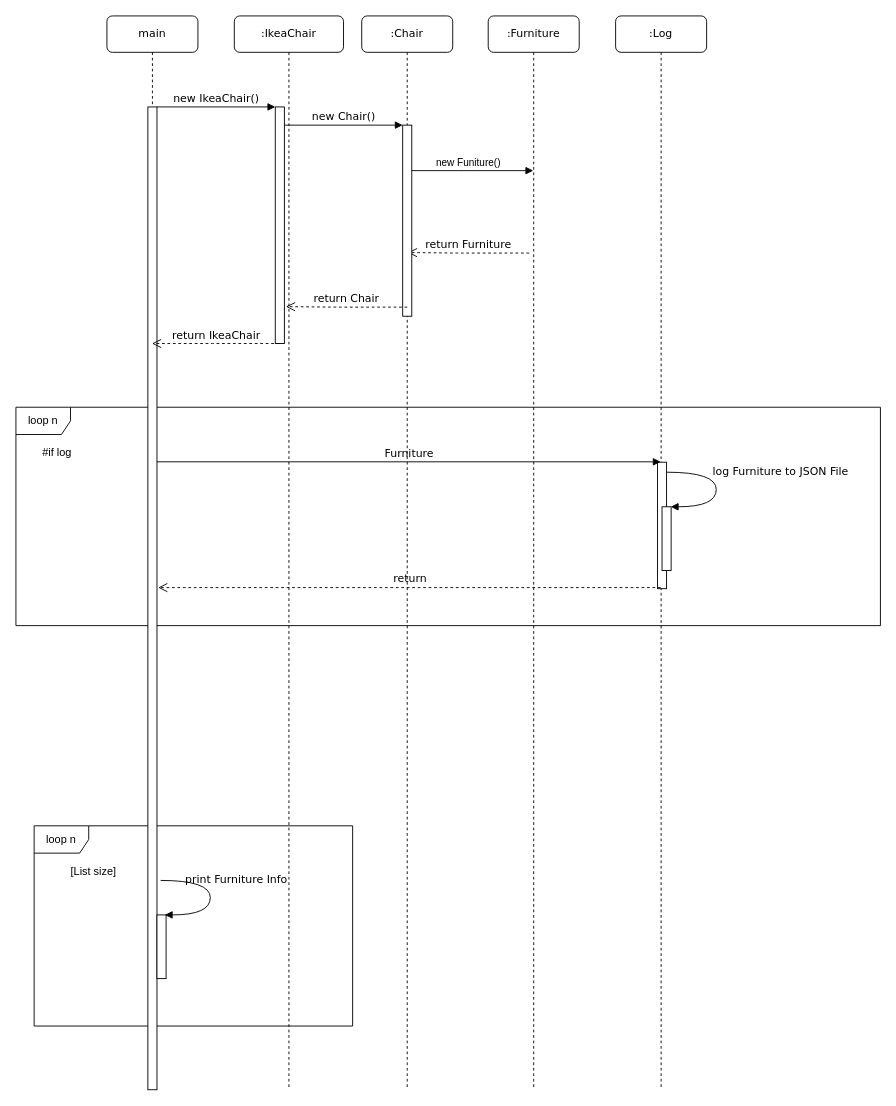
Above: Sequence_wExra.drawio in TollenYT/M226B (draw.io), before the change. Source tidied: cells renumbered, new cells numbered last; positions are measured from the earlier drawing's top-left corner, leaving out a move shared by most shapes. Both pictures are drawn from the tidied source at 91%, with x=0, y=0 at pixel (15, 15).
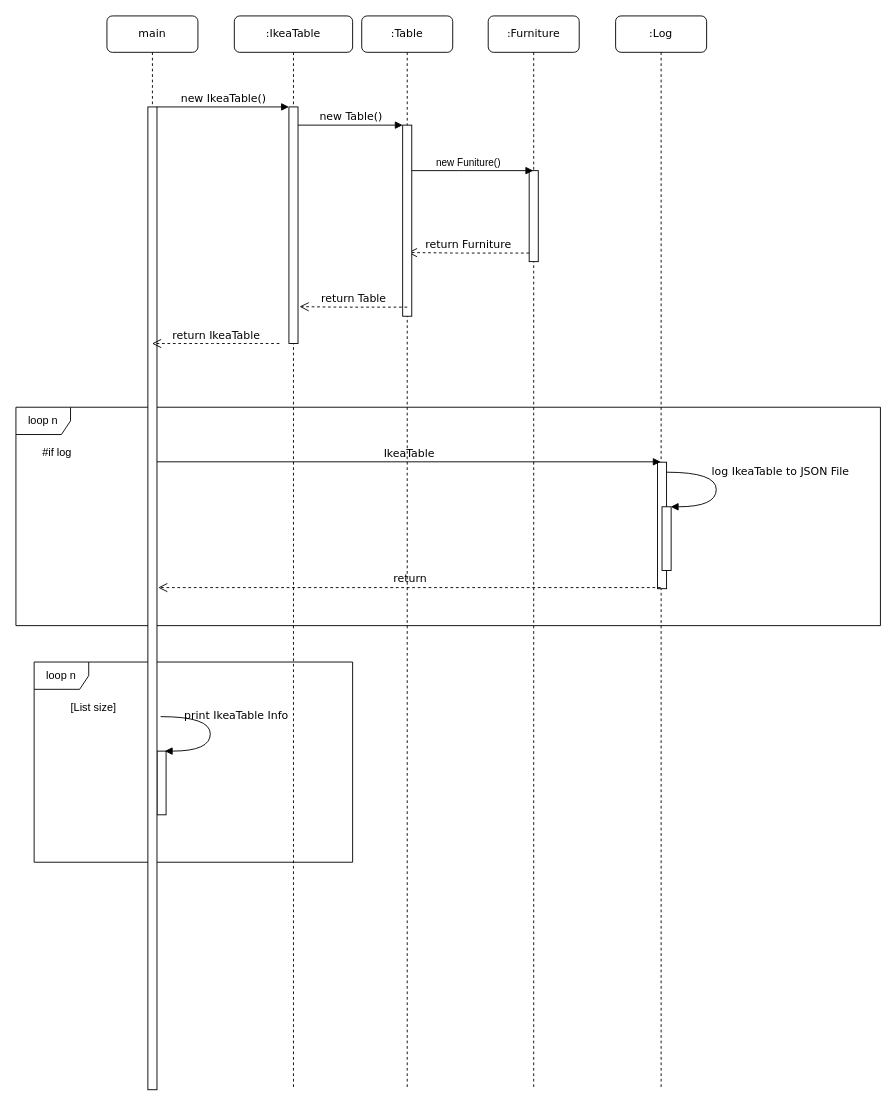
After the change.

Unchanged cells that the change refers to:
```xml
<mxCell id="6" value=":Furniture" style="shape=umlLifeline;perimeter=lifelinePerimeter;whiteSpace=wrap;html=1;rounded=1;shadow=0;comic=0;labelBackgroundColor=none;strokeWidth=1;fontFamily=Verdana;fontSize=12;align=center;" parent="1" vertex="1">
  <mxGeometry x="519" width="100" height="1180" as="geometry" />
</mxCell>
<mxCell id="8" value="main" style="shape=umlLifeline;perimeter=lifelinePerimeter;whiteSpace=wrap;html=1;rounded=1;shadow=0;comic=0;labelBackgroundColor=none;strokeWidth=1;fontFamily=Verdana;fontSize=12;align=center;" parent="1" vertex="1">
  <mxGeometry x="100" width="100" height="1180" as="geometry" />
</mxCell>
<mxCell id="25" style="html=1;points=[];perimeter=orthogonalPerimeter;rounded=0;shadow=0;comic=0;labelBackgroundColor=none;strokeWidth=1;fontFamily=Verdana;fontSize=12;align=center;" parent="1" vertex="1">
  <mxGeometry x="425" y="120" width="10" height="210" as="geometry" />
</mxCell>
```

What changed in the source:
```diff
@@
-    <mxCell id="2" value="loop n" style="shape=umlFrame;whiteSpace=wrap;html=1;" parent="1" vertex="1">
-      <mxGeometry x="20" y="890" width="350" height="220" as="geometry" />
-    </mxCell>
-    <mxCell id="3" value=":Chair" style="shape=umlLifeline;perimeter=lifelinePerimeter;whiteSpace=wrap;html=1;rounded=1;shadow=0;comic=0;labelBackgroundColor=none;strokeWidth=1;fontFamily=Verdana;fontSize=12;align=center;" parent="1" vertex="1">
+    <mxCell id="3" value=":Table" style="shape=umlLifeline;perimeter=lifelinePerimeter;whiteSpace=wrap;html=1;rounded=1;shadow=0;comic=0;labelBackgroundColor=none;strokeWidth=1;fontFamily=Verdana;fontSize=12;align=center;" parent="1" vertex="1">
       <mxGeometry x="380" width="100" height="1180" as="geometry" />
     </mxCell>
@@
-    <mxCell id="5" value=":IkeaChair" style="shape=umlLifeline;perimeter=lifelinePerimeter;whiteSpace=wrap;html=1;rounded=1;shadow=0;comic=0;labelBackgroundColor=none;strokeWidth=1;fontFamily=Verdana;fontSize=12;align=center;" parent="1" vertex="1">
-      <mxGeometry x="240" width="120" height="1180" as="geometry" />
+    <mxCell id="5" value=":IkeaTable" style="shape=umlLifeline;perimeter=lifelinePerimeter;whiteSpace=wrap;html=1;rounded=1;shadow=0;comic=0;labelBackgroundColor=none;strokeWidth=1;fontFamily=Verdana;fontSize=12;align=center;" parent="1" vertex="1">
+      <mxGeometry x="240" width="130" height="1180" as="geometry" />
     </mxCell>
+    <mxCell id="2" value="loop n" style="shape=umlFrame;whiteSpace=wrap;html=1;" parent="5" vertex="1">
+      <mxGeometry x="-220" y="710" width="350" height="220" as="geometry" />
+    </mxCell>
+    <mxCell id="10" style="html=1;perimeter=orthogonalPerimeter;rounded=0;shadow=0;comic=0;labelBackgroundColor=none;strokeWidth=1;fontFamily=Verdana;fontSize=12;align=center;" parent="5" vertex="1">
+      <mxGeometry x="-85" y="807.9" width="10" height="70" as="geometry" />
+    </mxCell>
+    <mxCell id="11" value="print IkeaTable Info" style="html=1;verticalAlign=bottom;endArrow=block;labelBackgroundColor=none;fontFamily=Verdana;fontSize=12;elbow=vertical;edgeStyle=orthogonalEdgeStyle;curved=1;entryX=1;entryY=0.286;entryPerimeter=0;exitX=1.038;exitY=0.345;exitPerimeter=0;" parent="5" edge="1">
+      <mxGeometry x="-0.23" y="-29" relative="1" as="geometry">
+        <mxPoint x="-81" y="770" as="sourcePoint" />
+        <mxPoint x="-76.4" y="807.9" as="targetPoint" />
+        <Array as="points">
+          <mxPoint x="-26.4" y="769.9" />
+          <mxPoint x="-26.4" y="807.9" />
+        </Array>
+        <mxPoint x="57" y="8" as="offset" />
+      </mxGeometry>
+    </mxCell>
+    <mxCell id="17" value="[List size]" style="text;html=1;align=center;verticalAlign=middle;strokeColor=none;fillColor=none;" parent="5" vertex="1">
+      <mxGeometry x="-190" y="750" width="70" height="20" as="geometry" />
+    </mxCell>
+    <mxCell id="19" style="html=1;points=[];perimeter=orthogonalPerimeter;rounded=0;shadow=0;comic=0;labelBackgroundColor=none;strokeWidth=1;fontFamily=Verdana;fontSize=12;align=center;" parent="5" vertex="1">
+      <mxGeometry x="60" y="100" width="10" height="260" as="geometry" />
+    </mxCell>
@@
+    <mxCell id="27" style="html=1;perimeter=orthogonalPerimeter;rounded=0;shadow=0;comic=0;labelBackgroundColor=none;strokeWidth=1;fontFamily=Verdana;fontSize=12;align=center;" parent="6" vertex="1">
+      <mxGeometry x="45" y="170" width="10" height="100" as="geometry" />
+    </mxCell>
@@
-    <mxCell id="10" style="html=1;perimeter=orthogonalPerimeter;rounded=0;shadow=0;comic=0;labelBackgroundColor=none;strokeWidth=1;fontFamily=Verdana;fontSize=12;align=center;" parent="8" vertex="1">
-      <mxGeometry x="55" y="987.9" width="10" height="70" as="geometry" />
-    </mxCell>
-    <mxCell id="11" value="print Furniture Info" style="html=1;verticalAlign=bottom;endArrow=block;labelBackgroundColor=none;fontFamily=Verdana;fontSize=12;elbow=vertical;edgeStyle=orthogonalEdgeStyle;curved=1;entryX=1;entryY=0.286;entryPerimeter=0;exitX=1.038;exitY=0.345;exitPerimeter=0;" parent="8" edge="1">
-      <mxGeometry x="-0.23" y="-29" relative="1" as="geometry">
-        <mxPoint x="59" y="950" as="sourcePoint" />
-        <mxPoint x="63.6" y="987.9" as="targetPoint" />
-        <Array as="points">
-          <mxPoint x="113.6" y="949.9" />
-          <mxPoint x="113.6" y="987.9" />
-        </Array>
-        <mxPoint x="57" y="8" as="offset" />
-      </mxGeometry>
-    </mxCell>
@@
-    <mxCell id="14" value="Furniture" style="html=1;verticalAlign=bottom;endArrow=block;labelBackgroundColor=none;fontFamily=Verdana;fontSize=12;edgeStyle=elbowEdgeStyle;elbow=vertical;exitX=0.9;exitY=0.365;exitDx=0;exitDy=0;exitPerimeter=0;" parent="1" edge="1">
+    <mxCell id="14" value="IkeaTable" style="html=1;verticalAlign=bottom;endArrow=block;labelBackgroundColor=none;fontFamily=Verdana;fontSize=12;edgeStyle=elbowEdgeStyle;elbow=vertical;exitX=0.9;exitY=0.365;exitDx=0;exitDy=0;exitPerimeter=0;" parent="1" edge="1">
       <mxGeometry relative="1" as="geometry">
         <mxPoint x="155" y="490" as="sourcePoint" />
         <mxPoint x="708.5" y="490.4" as="targetPoint" />
       </mxGeometry>
     </mxCell>
-    <mxCell id="15" value="log Furniture to JSON File" style="html=1;verticalAlign=bottom;endArrow=block;labelBackgroundColor=none;fontFamily=Verdana;fontSize=12;elbow=vertical;edgeStyle=orthogonalEdgeStyle;curved=1;entryX=1;entryY=0.286;entryPerimeter=0;exitX=1.038;exitY=0.345;exitPerimeter=0;" parent="1" edge="1">
+    <mxCell id="15" value="log IkeaTable to JSON File" style="html=1;verticalAlign=bottom;endArrow=block;labelBackgroundColor=none;fontFamily=Verdana;fontSize=12;elbow=vertical;edgeStyle=orthogonalEdgeStyle;curved=1;entryX=1;entryY=0.286;entryPerimeter=0;exitX=1.038;exitY=0.345;exitPerimeter=0;" parent="1" edge="1">
       <mxGeometry x="-0.23" y="-71" relative="1" as="geometry">
         <mxPoint x="715" y="501.4" as="sourcePoint" />
         <mxPoint x="719.6" y="539.4" as="targetPoint" />
         <Array as="points">
           <mxPoint x="769.6" y="501.3" />
           <mxPoint x="769.6" y="539.3" />
         </Array>
         <mxPoint x="141" y="8" as="offset" />
       </mxGeometry>
     </mxCell>
@@
-    <mxCell id="17" value="[List size]" style="text;html=1;align=center;verticalAlign=middle;strokeColor=none;fillColor=none;" parent="1" vertex="1">
-      <mxGeometry x="50" y="930" width="70" height="20" as="geometry" />
-    </mxCell>
@@
-    <mxCell id="19" style="html=1;points=[];perimeter=orthogonalPerimeter;rounded=0;shadow=0;comic=0;labelBackgroundColor=none;strokeWidth=1;fontFamily=Verdana;fontSize=12;align=center;" parent="1" vertex="1">
-      <mxGeometry x="285" y="100" width="10" height="260" as="geometry" />
-    </mxCell>
@@
-    <mxCell id="22" value="new IkeaChair()" style="html=1;verticalAlign=bottom;endArrow=block;entryX=0;entryY=0;labelBackgroundColor=none;fontFamily=Verdana;fontSize=12;edgeStyle=elbowEdgeStyle;elbow=vertical;" parent="1" edge="1" target="19">
+    <mxCell id="22" value="new IkeaTable()" style="html=1;verticalAlign=bottom;endArrow=block;entryX=0;entryY=0;labelBackgroundColor=none;fontFamily=Verdana;fontSize=12;edgeStyle=elbowEdgeStyle;elbow=vertical;" parent="1" edge="1" target="19">
       <mxGeometry relative="1" as="geometry">
         <mxPoint x="155" y="100" as="sourcePoint" />
       </mxGeometry>
     </mxCell>
-    <mxCell id="23" value="new Chair()" style="html=1;verticalAlign=bottom;endArrow=block;entryX=0;entryY=0;labelBackgroundColor=none;fontFamily=Verdana;fontSize=12;edgeStyle=elbowEdgeStyle;elbow=vertical;" parent="1" edge="1" source="19" target="25">
+    <mxCell id="23" value="new Table()" style="html=1;verticalAlign=bottom;endArrow=block;entryX=0;entryY=0;labelBackgroundColor=none;fontFamily=Verdana;fontSize=12;edgeStyle=elbowEdgeStyle;elbow=vertical;" parent="1" edge="1" source="19" target="25">
       <mxGeometry relative="1" as="geometry" />
     </mxCell>
-    <mxCell id="24" value="return IkeaChair" style="html=1;verticalAlign=bottom;endArrow=open;dashed=1;endSize=8;labelBackgroundColor=none;fontFamily=Verdana;fontSize=12;" parent="1" edge="1">
+    <mxCell id="24" value="return IkeaTable" style="html=1;verticalAlign=bottom;endArrow=open;dashed=1;endSize=8;labelBackgroundColor=none;fontFamily=Verdana;fontSize=12;" parent="1" edge="1">
       <mxGeometry relative="1" as="geometry">
         <mxPoint x="289.5" y="360" as="sourcePoint" />
         <mxPoint x="149.5" y="360" as="targetPoint" />
         <Array as="points">
           <mxPoint x="210" y="360" />
         </Array>
       </mxGeometry>
     </mxCell>
@@
-    <mxCell id="26" value="return Chair" style="html=1;verticalAlign=bottom;endArrow=open;dashed=1;endSize=8;labelBackgroundColor=none;fontFamily=Verdana;fontSize=12;entryX=1.167;entryY=0.844;entryDx=0;entryDy=0;entryPerimeter=0;" parent="1" edge="1" target="19">
+    <mxCell id="26" value="return Table" style="html=1;verticalAlign=bottom;endArrow=open;dashed=1;endSize=8;labelBackgroundColor=none;fontFamily=Verdana;fontSize=12;entryX=1.167;entryY=0.844;entryDx=0;entryDy=0;entryPerimeter=0;" parent="1" edge="1" target="19">
       <mxGeometry relative="1" as="geometry">
         <mxPoint x="430" y="320" as="sourcePoint" />
         <Array as="points">
           <mxPoint x="350.5" y="320" />
         </Array>
       </mxGeometry>
     </mxCell>
```
